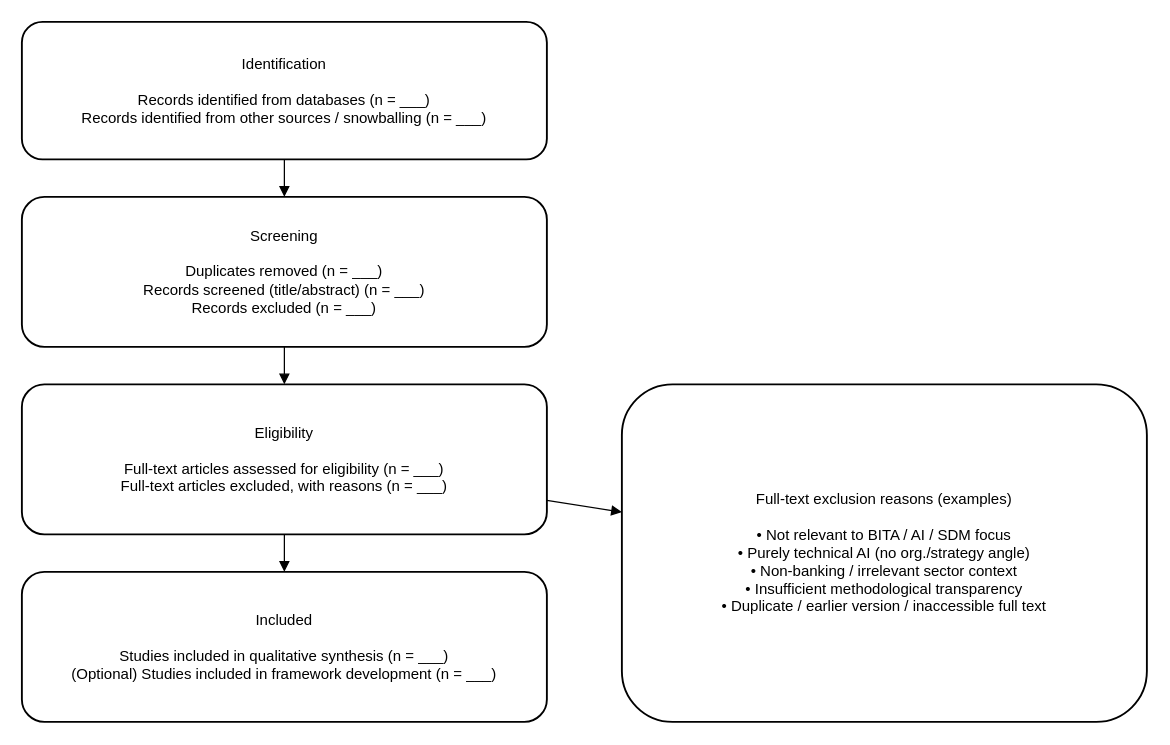
This is page "Page-2" (2 of 3) of fig1.drawio from SafaNasri/Bachelor-thesis, a draw.io file, before an edit. Source tidied: cells renumbered, new cells numbered last; positions are measured from the earlier drawing's top-left corner, leaving out a move shared by most shapes. Both pictures are drawn from the tidied source at 125%, with x=0, y=0 at pixel (21, 21).
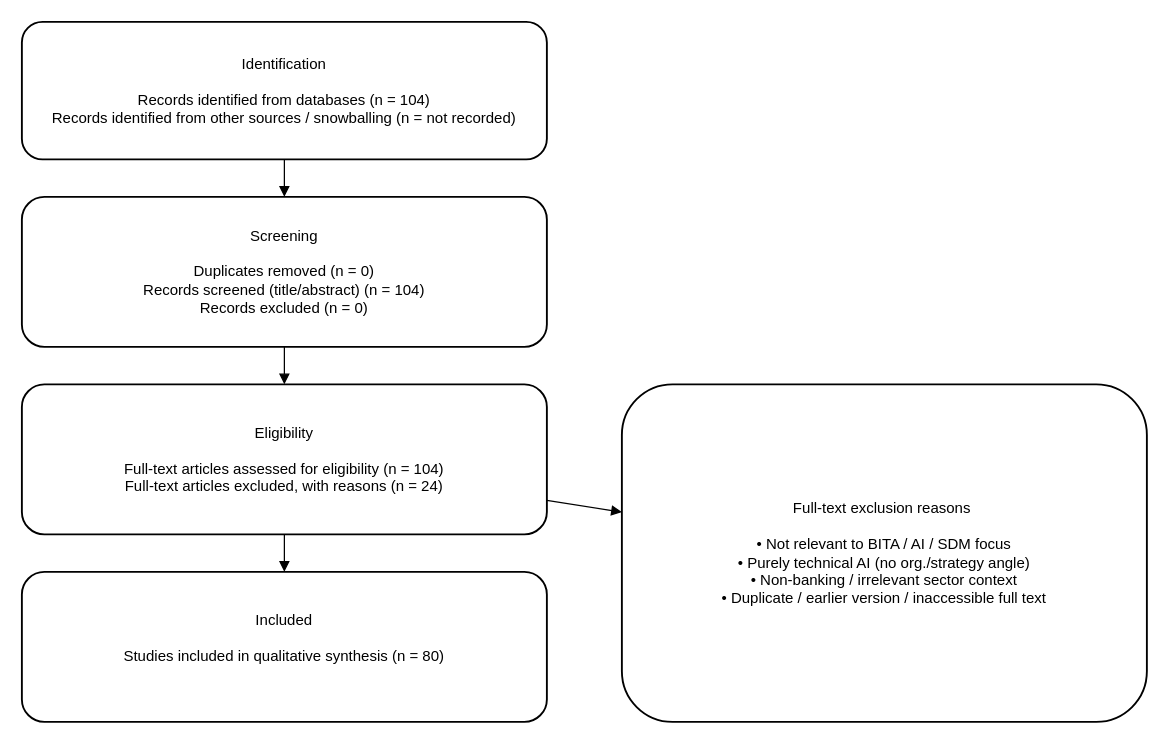
Above is the later version.

The edit, as a diff of the source:
```diff
@@
 <mxGraphModel>
   <root>
     <mxCell id="0" />
     <mxCell id="1" parent="0" />
-    <mxCell id="2" value="Identification&lt;br&gt;&lt;br&gt;Records identified from databases (n = ___)&lt;br&gt;Records identified from other sources / snowballing (n = ___)" style="rounded=1;whiteSpace=wrap;html=1;strokeWidth=1.5;" parent="1" vertex="1">
+    <mxCell id="2" value="Identification&lt;br&gt;&lt;br&gt;Records identified from databases (n = 104)&lt;br&gt;Records identified from other sources / snowballing (n = not recorded)" style="rounded=1;whiteSpace=wrap;html=1;strokeWidth=1.5;" parent="1" vertex="1">
       <mxGeometry width="420" height="110" as="geometry" />
     </mxCell>
-    <mxCell id="3" value="Screening&lt;br&gt;&lt;br&gt;Duplicates removed (n = ___)&lt;br&gt;Records screened (title/abstract) (n = ___)&lt;br&gt;Records excluded (n = ___)" style="rounded=1;whiteSpace=wrap;html=1;strokeWidth=1.5;" parent="1" vertex="1">
+    <mxCell id="3" value="Screening&lt;br&gt;&lt;br&gt;Duplicates removed (n = 0)&lt;br&gt;Records screened (title/abstract) (n = 104)&lt;br&gt;Records excluded (n = 0)" style="rounded=1;whiteSpace=wrap;html=1;strokeWidth=1.5;" parent="1" vertex="1">
       <mxGeometry y="140" width="420" height="120" as="geometry" />
     </mxCell>
-    <mxCell id="4" value="Eligibility&lt;br&gt;&lt;br&gt;Full-text articles assessed for eligibility (n = ___)&lt;br&gt;Full-text articles excluded, with reasons (n = ___)" style="rounded=1;whiteSpace=wrap;html=1;strokeWidth=1.5;" parent="1" vertex="1">
+    <mxCell id="4" value="Eligibility&lt;br&gt;&lt;br&gt;Full-text articles assessed for eligibility (n = 104)&lt;br&gt;Full-text articles excluded, with reasons (n = 24)" style="rounded=1;whiteSpace=wrap;html=1;strokeWidth=1.5;" parent="1" vertex="1">
       <mxGeometry y="290" width="420" height="120" as="geometry" />
     </mxCell>
-    <mxCell id="5" value="Included&lt;br&gt;&lt;br&gt;Studies included in qualitative synthesis (n = ___)&lt;br&gt;(Optional) Studies included in framework development (n = ___)" style="rounded=1;whiteSpace=wrap;html=1;strokeWidth=1.5;" parent="1" vertex="1">
+    <mxCell id="5" value="Included&lt;br&gt;&lt;br&gt;Studies included in qualitative synthesis (n = 80)&lt;div&gt;&lt;br&gt;&lt;/div&gt;" style="rounded=1;whiteSpace=wrap;html=1;strokeWidth=1.5;" parent="1" vertex="1">
       <mxGeometry y="440" width="420" height="120" as="geometry" />
     </mxCell>
-    <mxCell id="6" value="Full-text exclusion reasons (examples)&lt;br&gt;&lt;br&gt;• Not relevant to BITA / AI / SDM focus&lt;br&gt;• Purely technical AI (no org./strategy angle)&lt;br&gt;• Non-banking / irrelevant sector context&lt;br&gt;• Insufficient methodological transparency&lt;br&gt;• Duplicate / earlier version / inaccessible full text" style="rounded=1;whiteSpace=wrap;html=1;strokeWidth=1.5;" parent="1" vertex="1">
+    <mxCell id="6" value="Full-text exclusion reasons&amp;nbsp;&lt;br&gt;&lt;br&gt;• Not relevant to BITA / AI / SDM focus&lt;br&gt;• Purely technical AI (no org./strategy angle)&lt;br&gt;• Non-banking / irrelevant sector context&lt;br&gt;• Duplicate / earlier version / inaccessible full text" style="rounded=1;whiteSpace=wrap;html=1;strokeWidth=1.5;" parent="1" vertex="1">
       <mxGeometry x="480" y="290" width="420" height="270" as="geometry" />
     </mxCell>
     <mxCell id="7" style="endArrow=block;html=1;rounded=0;" parent="1" edge="1" source="2" target="3">
       <mxGeometry relative="1" as="geometry" />
     </mxCell>
     <mxCell id="8" style="endArrow=block;html=1;rounded=0;" parent="1" edge="1" source="3" target="4">
       <mxGeometry relative="1" as="geometry" />
     </mxCell>
     <mxCell id="9" style="endArrow=block;html=1;rounded=0;" parent="1" edge="1" source="4" target="5">
       <mxGeometry relative="1" as="geometry" />
     </mxCell>
     <mxCell id="10" style="endArrow=block;html=1;rounded=0;" parent="1" edge="1" source="4" target="6">
       <mxGeometry relative="1" as="geometry" />
     </mxCell>
   </root>
 </mxGraphModel>
```
